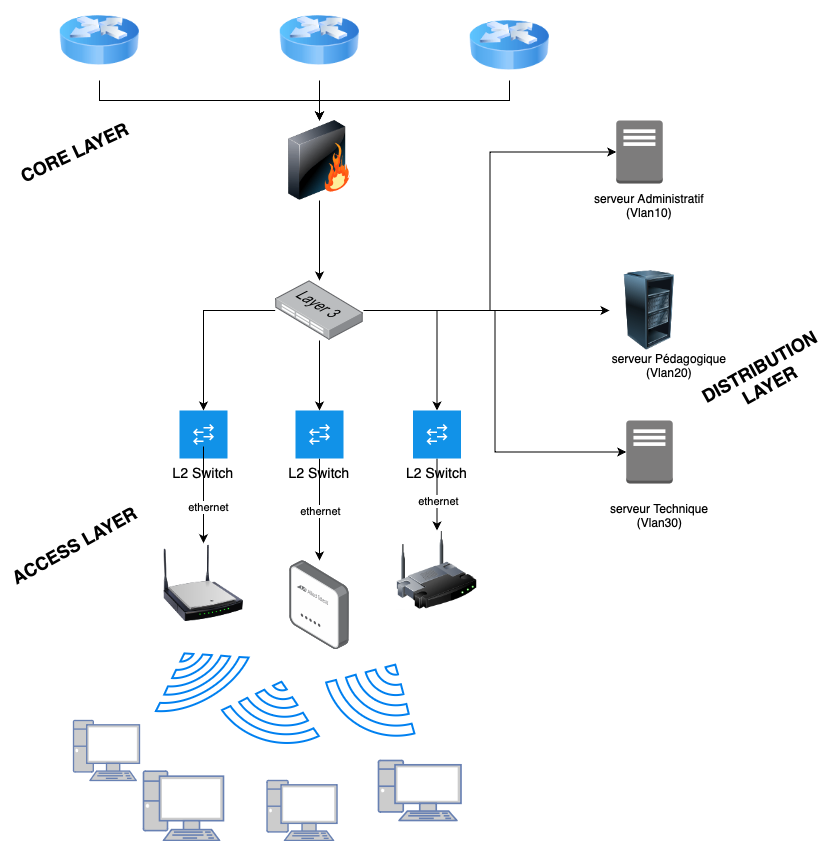
Above: .github/Architecture.drawio.png in anneSolange/Python-Projects (draw.io), before the change. Source tidied: cells renumbered, new cells last; positions are measured from the earlier drawing's top-left corner, leaving out a move shared by most shapes.
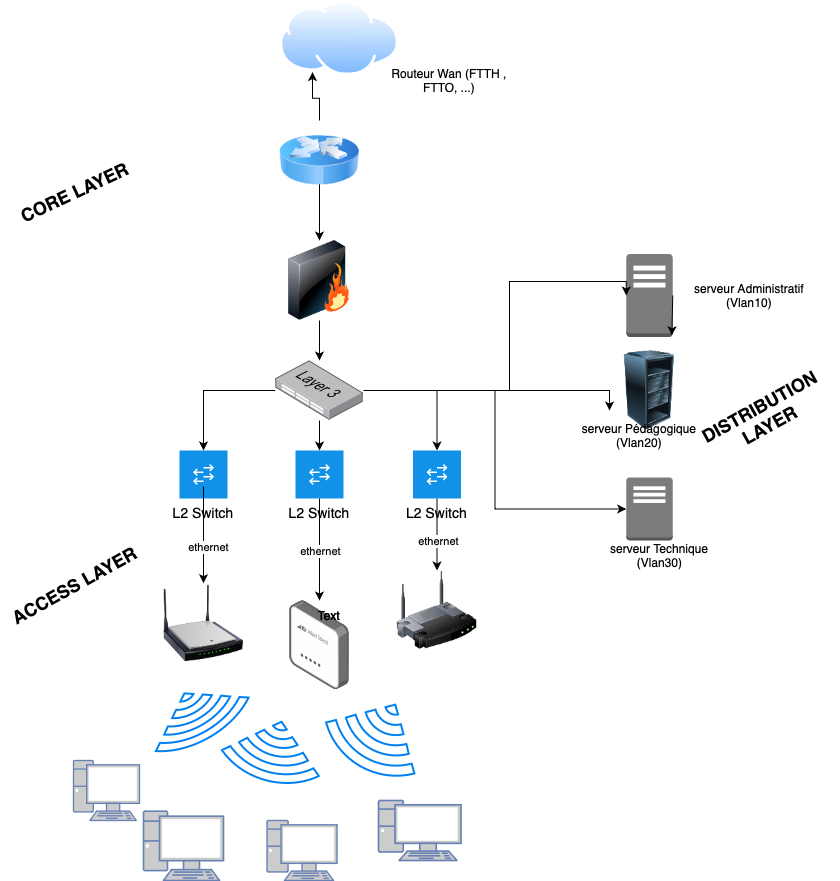
After the change.

Commit message:
Mettre à jour Architecture.drawio.png

The edit, as a diff of the source:
```diff
@@ -1,4 +1,4 @@
-<mxGraphModel>
+<mxGraphModel background="#FFFFFF">
   <root>
     <mxCell id="0" />
     <mxCell id="1" parent="0" />
@@ -10,11 +10,14 @@
         </Array>
       </mxGeometry>
     </mxCell>
+    <mxCell id="48" style="edgeStyle=orthogonalEdgeStyle;rounded=0;jettySize=auto;html=1;exitX=0.5;exitY=0;exitDx=0;exitDy=0;entryX=0.25;entryY=1;entryDx=0;entryDy=0;" parent="1" edge="1" source="3" target="52">
+      <mxGeometry relative="1" as="geometry" />
+    </mxCell>
     <mxCell id="3" style="image;html=1;image=img/lib/clip_art/networking/Router_Icon_128x128.png;" parent="1" vertex="1">
-      <mxGeometry x="280" width="80" height="80" as="geometry" />
+      <mxGeometry x="280" y="80" width="80" height="80" as="geometry" />
     </mxCell>
     <mxCell id="4" style="image;html=1;image=img/lib/clip_art/networking/Firewall_128x128.png;" parent="1" vertex="1">
-      <mxGeometry x="280" y="120" width="80" height="80" as="geometry" />
+      <mxGeometry x="280" y="200" width="80" height="80" as="geometry" />
     </mxCell>
     <mxCell id="5" style="edgeStyle=orthogonalEdgeStyle;rounded=0;jettySize=auto;html=1;entryX=0.5;entryY=0;entryDx=0;entryDy=0;" parent="1" edge="1" source="9" target="19">
       <mxGeometry relative="1" as="geometry" />
@@ -25,32 +28,21 @@
     <mxCell id="7" style="edgeStyle=orthogonalEdgeStyle;rounded=0;jettySize=auto;html=1;entryX=0.5;entryY=0;entryDx=0;entryDy=0;" parent="1" edge="1" source="9" target="16">
       <mxGeometry relative="1" as="geometry" />
     </mxCell>
-    <mxCell id="8" style="edgeStyle=orthogonalEdgeStyle;rounded=0;jettySize=auto;html=1;entryX=0;entryY=0.5;entryDx=0;entryDy=0;" parent="1" edge="1" source="9" target="39">
+    <mxCell id="8" style="edgeStyle=orthogonalEdgeStyle;rounded=0;orthogonalLoop=1;jettySize=auto;html=1;entryX=0;entryY=0.5;entryDx=0;entryDy=0;" parent="1" edge="1">
       <mxGeometry relative="1" as="geometry">
+        <mxPoint x="364.3" y="350" as="sourcePoint" />
+        <mxPoint x="610" y="370" as="targetPoint" />
         <Array as="points">
-          <mxPoint x="550" y="310" />
-          <mxPoint x="550" y="310" />
+          <mxPoint x="610" y="350" />
         </Array>
       </mxGeometry>
     </mxCell>
     <mxCell id="9" style="image;points=[];html=1;align=center;shadow=0;dashed=0;image=img/lib/allied_telesis/switch/Switch_48_port_L3.svg;" parent="1" vertex="1">
-      <mxGeometry x="275.7" y="280" width="88.6" height="60" as="geometry" />
+      <mxGeometry x="275.7" y="320" width="88.6" height="60" as="geometry" />
     </mxCell>
     <mxCell id="10" style="edgeStyle=orthogonalEdgeStyle;rounded=0;jettySize=auto;html=1;exitX=0.5;exitY=1;exitDx=0;exitDy=0;entryX=0.5;entryY=0;entryDx=0;entryDy=0;entryPerimeter=0;" parent="1" edge="1" source="4" target="9">
       <mxGeometry relative="1" as="geometry" />
     </mxCell>
-    <mxCell id="11" style="edgeStyle=orthogonalEdgeStyle;rounded=0;jettySize=auto;html=1;exitX=0.5;exitY=1;exitDx=0;exitDy=0;" parent="1" edge="1" source="12" target="4">
-      <mxGeometry relative="1" as="geometry" />
-    </mxCell>
-    <mxCell id="12" style="image;html=1;image=img/lib/clip_art/networking/Router_Icon_128x128.png;" parent="1" vertex="1">
-      <mxGeometry x="60" width="80" height="80" as="geometry" />
-    </mxCell>
-    <mxCell id="13" style="edgeStyle=orthogonalEdgeStyle;rounded=0;jettySize=auto;html=1;exitX=0.5;exitY=1;exitDx=0;exitDy=0;entryX=0.5;entryY=0;entryDx=0;entryDy=0;" parent="1" edge="1" source="14" target="4">
-      <mxGeometry relative="1" as="geometry" />
-    </mxCell>
-    <mxCell id="14" style="image;html=1;image=img/lib/clip_art/networking/Router_Icon_128x128.png;" parent="1" vertex="1">
-      <mxGeometry x="470" y="10" width="80" height="70" as="geometry" />
-    </mxCell>
     <mxCell id="15" style="edgeStyle=orthogonalEdgeStyle;rounded=0;jettySize=auto;html=1;entryX=0.5;entryY=0;entryDx=0;entryDy=0;" parent="1" edge="1" source="16" target="25">
       <mxGeometry relative="1" as="geometry" />
     </mxCell>
@@ -124,25 +116,30 @@
       <mxGeometry x="437.5" y="500" as="geometry" />
     </mxCell>
     <mxCell id="37" style="outlineConnect=0;dashed=0;verticalLabelPosition=bottom;verticalAlign=top;align=center;html=1;shape=mxgraph.aws3.traditional_server;fillColor=#7D7C7C;gradientColor=none;" parent="1" vertex="1">
-      <mxGeometry x="616.8" y="120" width="46.5" height="63" as="geometry" />
+      <mxGeometry x="626.8" y="213.5" width="46.5" height="83" as="geometry" />
     </mxCell>
     <mxCell id="38" style="outlineConnect=0;dashed=0;verticalLabelPosition=bottom;verticalAlign=top;align=center;html=1;shape=mxgraph.aws3.traditional_server;fillColor=#7D7C7C;gradientColor=none;" parent="1" vertex="1">
-      <mxGeometry x="626.8" y="420" width="46.5" height="63" as="geometry" />
+      <mxGeometry x="626.8" y="437" width="46.5" height="63" as="geometry" />
     </mxCell>
     <mxCell id="39" style="image;html=1;image=img/lib/clip_art/computers/Server_Rack_Partial_128x128.png;" parent="1" vertex="1">
-      <mxGeometry x="610" y="270" width="80" height="80" as="geometry" />
+      <mxGeometry x="610" y="310" width="80" height="80" as="geometry" />
     </mxCell>
     <mxCell id="40" style="edgeStyle=orthogonalEdgeStyle;rounded=0;jettySize=auto;html=1;entryX=0;entryY=0.5;entryDx=0;entryDy=0;entryPerimeter=0;" parent="1" edge="1" source="9" target="38">
       <mxGeometry relative="1" as="geometry" />
     </mxCell>
     <mxCell id="41" style="edgeStyle=orthogonalEdgeStyle;rounded=0;jettySize=auto;html=1;entryX=0;entryY=0.5;entryDx=0;entryDy=0;entryPerimeter=0;" parent="1" edge="1" source="9" target="37">
-      <mxGeometry relative="1" as="geometry" />
+      <mxGeometry relative="1" as="geometry">
+        <Array as="points">
+          <mxPoint x="510" y="350" />
+          <mxPoint x="510" y="241" />
+        </Array>
+      </mxGeometry>
     </mxCell>
     <mxCell id="42" value="serveur Administratif&lt;div&gt;(Vlan10)&lt;/div&gt;" style="text;html=1;align=center;verticalAlign=middle;whiteSpace=wrap;rounded=0;" parent="1" vertex="1">
-      <mxGeometry x="580" y="190" width="140" height="30" as="geometry" />
+      <mxGeometry x="680" y="240" width="140" height="30" as="geometry" />
     </mxCell>
     <mxCell id="43" value="serveur Pédagogique&lt;div&gt;(Vlan20)&lt;/div&gt;" style="text;html=1;align=center;verticalAlign=middle;whiteSpace=wrap;rounded=0;" parent="1" vertex="1">
-      <mxGeometry x="600" y="350" width="140" height="30" as="geometry" />
+      <mxGeometry x="570" y="380" width="140" height="30" as="geometry" />
     </mxCell>
     <mxCell id="44" value="&lt;div style=&quot;text-align: start;&quot;&gt;serveur Technique &lt;span style=&quot;white-space: pre;&quot;&gt;&#9;&lt;/span&gt;(Vlan30)&lt;/div&gt;" style="text;html=1;align=center;verticalAlign=middle;whiteSpace=wrap;rounded=0;" parent="1" vertex="1">
       <mxGeometry x="610" y="500" width="120" height="30" as="geometry" />
@@ -156,5 +153,20 @@
     <mxCell id="47" value="&lt;font style=&quot;font-size: 18px;&quot;&gt;&lt;b&gt;ACCESS LAYER&lt;/b&gt;&lt;/font&gt;" style="text;html=1;align=center;verticalAlign=middle;whiteSpace=wrap;rounded=0;rotation=-29;" parent="1" vertex="1">
       <mxGeometry y="530" width="150" height="30" as="geometry" />
     </mxCell>
+    <mxCell id="49" value="Text" style="text;html=1;align=center;verticalAlign=middle;whiteSpace=wrap;rounded=0;" parent="1" vertex="1">
+      <mxGeometry x="300" y="560" width="60" height="30" as="geometry" />
+    </mxCell>
+    <mxCell id="50" value="Text" style="text;html=1;align=center;verticalAlign=middle;whiteSpace=wrap;rounded=0;" parent="1" vertex="1">
+      <mxGeometry x="300" y="560" width="60" height="30" as="geometry" />
+    </mxCell>
+    <mxCell id="51" value="Routeur Wan (FTTH , FTTO, ...)" style="text;html=1;align=center;verticalAlign=middle;whiteSpace=wrap;rounded=0;" parent="1" vertex="1">
+      <mxGeometry x="390.2" y="25" width="119.8" height="30" as="geometry" />
+    </mxCell>
+    <mxCell id="52" style="image;perimeter=ellipsePerimeter;html=1;align=center;shadow=0;dashed=0;spacingTop=3;image=img/lib/active_directory/internet_cloud.svg;" parent="1" vertex="1">
+      <mxGeometry x="280" y="-40" width="120" height="75.6" as="geometry" />
+    </mxCell>
+    <mxCell id="53" style="edgeStyle=orthogonalEdgeStyle;rounded=0;orthogonalLoop=1;jettySize=auto;html=1;exitX=1;exitY=0.5;exitDx=0;exitDy=0;exitPerimeter=0;entryX=0.98;entryY=0.98;entryDx=0;entryDy=0;entryPerimeter=0;" parent="1" edge="1" source="37" target="37">
+      <mxGeometry relative="1" as="geometry" />
+    </mxCell>
   </root>
 </mxGraphModel>
```
